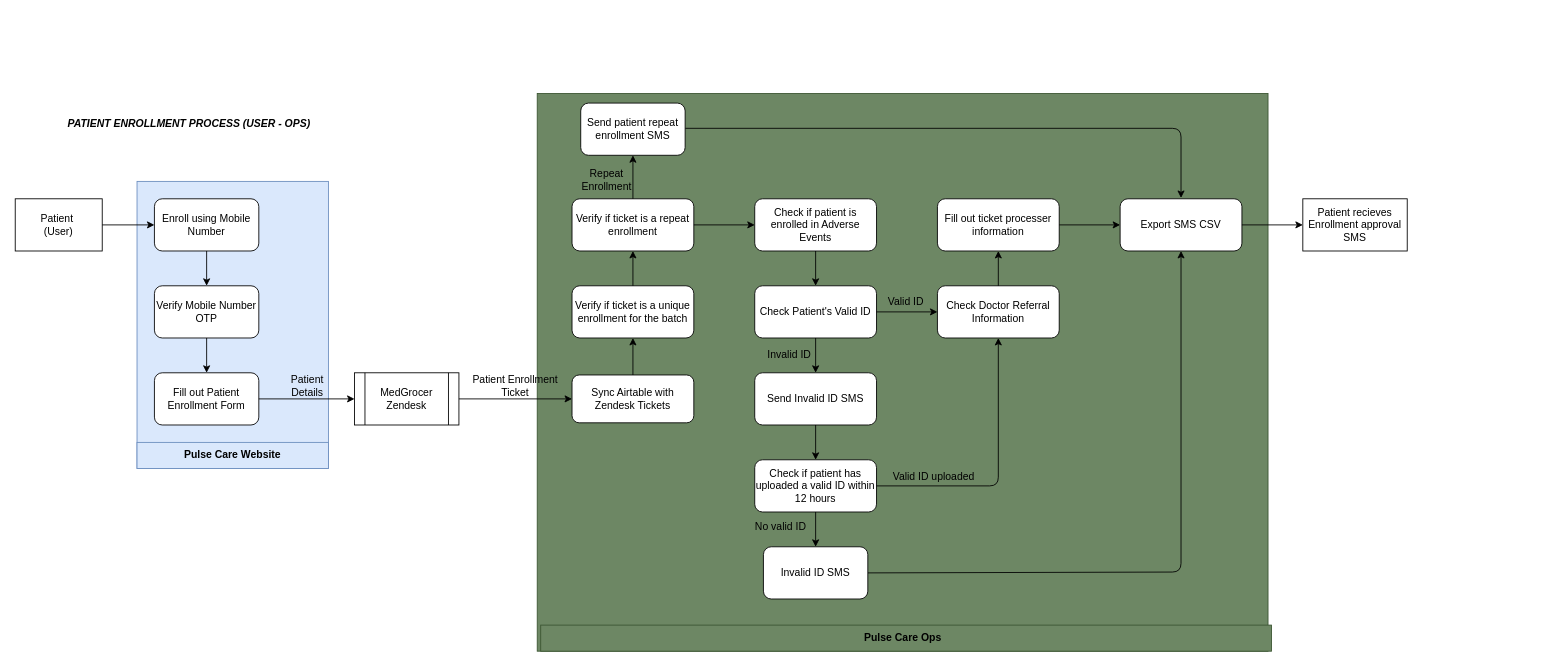
Above: page "Decision Tree" (1 of 2) of Patient Programs/NS Pulse Care/Patient Enrollment.dio in MedGrocer/diagrams (draw.io), before the change. Source tidied: cells renumbered, new cells numbered last; positions are measured from the earlier drawing's top-left corner, leaving out a move shared by most shapes. Both pictures are drawn from the tidied source at 87%, with x=0, y=0 at pixel (15, 93).
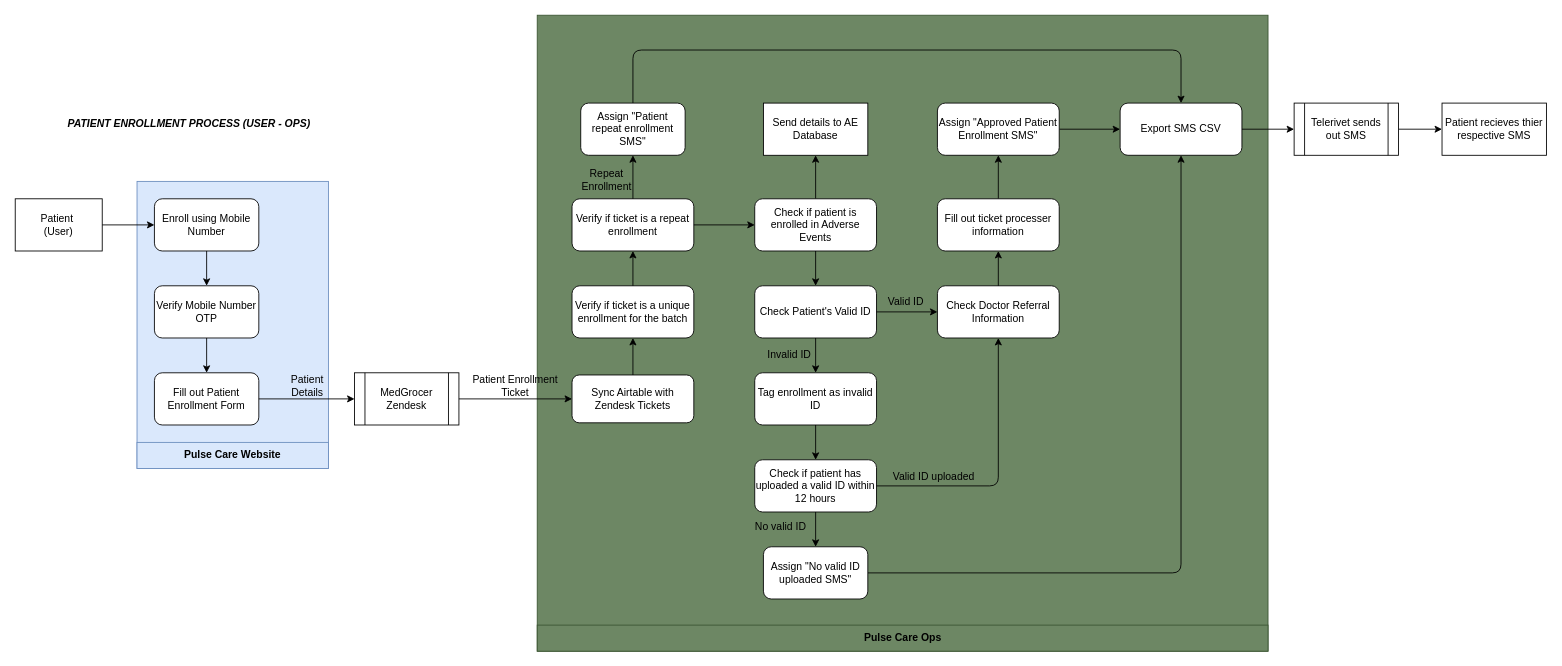
Above is the later version.

Unchanged cells that the change refers to:
```xml
<mxCell id="22" value="Check if patient is enrolled in Adverse Events" style="rounded=1;whiteSpace=wrap;html=1;" parent="1" vertex="1">
  <mxGeometry x="850" y="121" width="140" height="60" as="geometry" />
</mxCell>
<mxCell id="32" value="Fill out ticket processer information" style="rounded=1;whiteSpace=wrap;html=1;" parent="1" vertex="1">
  <mxGeometry x="1060" y="121" width="140" height="60" as="geometry" />
</mxCell>
```

The edit, as a diff of the source:
```diff
@@
     <mxCell id="2" style="rounded=0;whiteSpace=wrap;html=1;fillColor=#6d8764;fontColor=#ffffff;strokeColor=#3A5431;" parent="1" vertex="1">
-      <mxGeometry x="600" width="840" height="641" as="geometry" />
+      <mxGeometry x="600" y="-90" width="840" height="731" as="geometry" />
     </mxCell>
@@
+    <mxCell id="54" style="edgeStyle=none;html=1;exitX=0.5;exitY=0;exitDx=0;exitDy=0;entryX=0.5;entryY=1;entryDx=0;entryDy=0;" parent="1" edge="1" source="22" target="57">
+      <mxGeometry relative="1" as="geometry" />
+    </mxCell>
@@
-    <mxCell id="24" value="Send Invalid ID SMS" style="rounded=1;whiteSpace=wrap;html=1;" parent="1" vertex="1">
+    <mxCell id="24" value="Tag enrollment as invalid ID" style="rounded=1;whiteSpace=wrap;html=1;" parent="1" vertex="1">
       <mxGeometry x="850" y="321" width="140" height="60" as="geometry" />
     </mxCell>
@@
+    <mxCell id="55" style="edgeStyle=none;html=1;exitX=0.5;exitY=0;exitDx=0;exitDy=0;" parent="1" edge="1" source="32" target="61">
+      <mxGeometry relative="1" as="geometry" />
+    </mxCell>
@@
-    <mxCell id="34" value="Export SMS CSV" style="rounded=1;whiteSpace=wrap;html=1;" parent="1" vertex="1">
-      <mxGeometry x="1270" y="121" width="140" height="60" as="geometry" />
-    </mxCell>
-    <mxCell id="35" style="edgeStyle=none;html=1;exitX=1;exitY=0.5;exitDx=0;exitDy=0;entryX=0;entryY=0.5;entryDx=0;entryDy=0;" parent="1" edge="1" source="32" target="34">
-      <mxGeometry relative="1" as="geometry" />
-    </mxCell>
-    <mxCell id="36" value="Patient recieves Enrollment approval SMS" style="rounded=0;whiteSpace=wrap;html=1;" parent="1" vertex="1">
-      <mxGeometry x="1480" y="121" width="120" height="60" as="geometry" />
+    <mxCell id="36" value="Patient recieves thier respective SMS" style="rounded=0;whiteSpace=wrap;html=1;" parent="1" vertex="1">
+      <mxGeometry x="1640" y="11" width="120" height="60" as="geometry" />
     </mxCell>
-    <mxCell id="37" style="edgeStyle=none;html=1;exitX=1;exitY=0.5;exitDx=0;exitDy=0;entryX=0;entryY=0.5;entryDx=0;entryDy=0;" parent="1" edge="1" source="34" target="36">
-      <mxGeometry relative="1" as="geometry" />
-    </mxCell>
@@
     <mxCell id="45" style="rounded=0;whiteSpace=wrap;html=1;fillColor=#6d8764;fontColor=#ffffff;strokeColor=#3A5431;" parent="1" vertex="1">
-      <mxGeometry x="604" y="611" width="840" height="30" as="geometry" />
+      <mxGeometry x="600" y="611" width="840" height="30" as="geometry" />
     </mxCell>
@@
-    <mxCell id="50" style="edgeStyle=none;html=1;exitX=1;exitY=0.5;exitDx=0;exitDy=0;entryX=0.5;entryY=0;entryDx=0;entryDy=0;" parent="1" edge="1">
-      <mxGeometry relative="1" as="geometry">
-        <mxPoint x="770" y="40" as="sourcePoint" />
-        <mxPoint x="1340" y="120" as="targetPoint" />
-        <Array as="points">
-          <mxPoint x="1340" y="40" />
-        </Array>
-      </mxGeometry>
-    </mxCell>
+    <mxCell id="56" style="edgeStyle=none;html=1;exitX=0.5;exitY=0;exitDx=0;exitDy=0;entryX=0.5;entryY=0;entryDx=0;entryDy=0;" parent="1" edge="1" source="51" target="34">
+      <mxGeometry relative="1" as="geometry">
+        <Array as="points">
+          <mxPoint x="710" y="-50" />
+          <mxPoint x="1340" y="-50" />
+        </Array>
+      </mxGeometry>
+    </mxCell>
-    <mxCell id="51" value="Send patient repeat enrollment SMS" style="rounded=1;whiteSpace=wrap;html=1;" parent="1" vertex="1">
+    <mxCell id="51" value="Assign &quot;Patient repeat enrollment SMS&quot;" style="rounded=1;whiteSpace=wrap;html=1;" parent="1" vertex="1">
       <mxGeometry x="650" y="11" width="120" height="60" as="geometry" />
     </mxCell>
-    <mxCell id="52" style="edgeStyle=none;html=1;exitX=1;exitY=0.5;exitDx=0;exitDy=0;entryX=0.5;entryY=1;entryDx=0;entryDy=0;" parent="1" edge="1" source="53" target="34">
+    <mxCell id="52" style="edgeStyle=none;html=1;entryX=0.5;entryY=1;entryDx=0;entryDy=0;" parent="1" edge="1" source="53" target="34">
       <mxGeometry relative="1" as="geometry">
         <Array as="points">
-          <mxPoint x="1340" y="550" />
+          <mxPoint x="1340" y="551" />
         </Array>
       </mxGeometry>
     </mxCell>
-    <mxCell id="53" value="Invalid ID SMS" style="rounded=1;whiteSpace=wrap;html=1;" parent="1" vertex="1">
+    <mxCell id="53" value="Assign &quot;No valid ID uploaded SMS&quot;" style="rounded=1;whiteSpace=wrap;html=1;" parent="1" vertex="1">
       <mxGeometry x="860" y="521" width="120" height="60" as="geometry" />
     </mxCell>
+    <mxCell id="57" value="Send details to AE Database" style="rounded=0;whiteSpace=wrap;html=1;" parent="1" vertex="1">
+      <mxGeometry x="860" y="11" width="120" height="60" as="geometry" />
+    </mxCell>
+    <mxCell id="58" style="edgeStyle=none;html=1;exitX=1;exitY=0.5;exitDx=0;exitDy=0;entryX=0;entryY=0.5;entryDx=0;entryDy=0;" parent="1" edge="1" source="59" target="36">
+      <mxGeometry relative="1" as="geometry" />
+    </mxCell>
+    <mxCell id="59" value="Telerivet sends out SMS" style="shape=process;whiteSpace=wrap;html=1;backgroundOutline=1;" parent="1" vertex="1">
+      <mxGeometry x="1470" y="11" width="120" height="60" as="geometry" />
+    </mxCell>
+    <mxCell id="60" style="edgeStyle=none;html=1;exitX=1;exitY=0.5;exitDx=0;exitDy=0;" parent="1" edge="1" source="61" target="34">
+      <mxGeometry relative="1" as="geometry" />
+    </mxCell>
+    <mxCell id="61" value="Assign &quot;Approved Patient Enrollment SMS&quot;" style="rounded=1;whiteSpace=wrap;html=1;" parent="1" vertex="1">
+      <mxGeometry x="1060" y="11" width="140" height="60" as="geometry" />
+    </mxCell>
+    <mxCell id="62" style="edgeStyle=none;html=1;exitX=1;exitY=0.5;exitDx=0;exitDy=0;entryX=0;entryY=0.5;entryDx=0;entryDy=0;" parent="1" edge="1" source="34" target="59">
+      <mxGeometry relative="1" as="geometry" />
+    </mxCell>
+    <mxCell id="34" value="Export SMS CSV" style="rounded=1;whiteSpace=wrap;html=1;" parent="1" vertex="1">
+      <mxGeometry x="1270" y="11" width="140" height="60" as="geometry" />
+    </mxCell>
```
